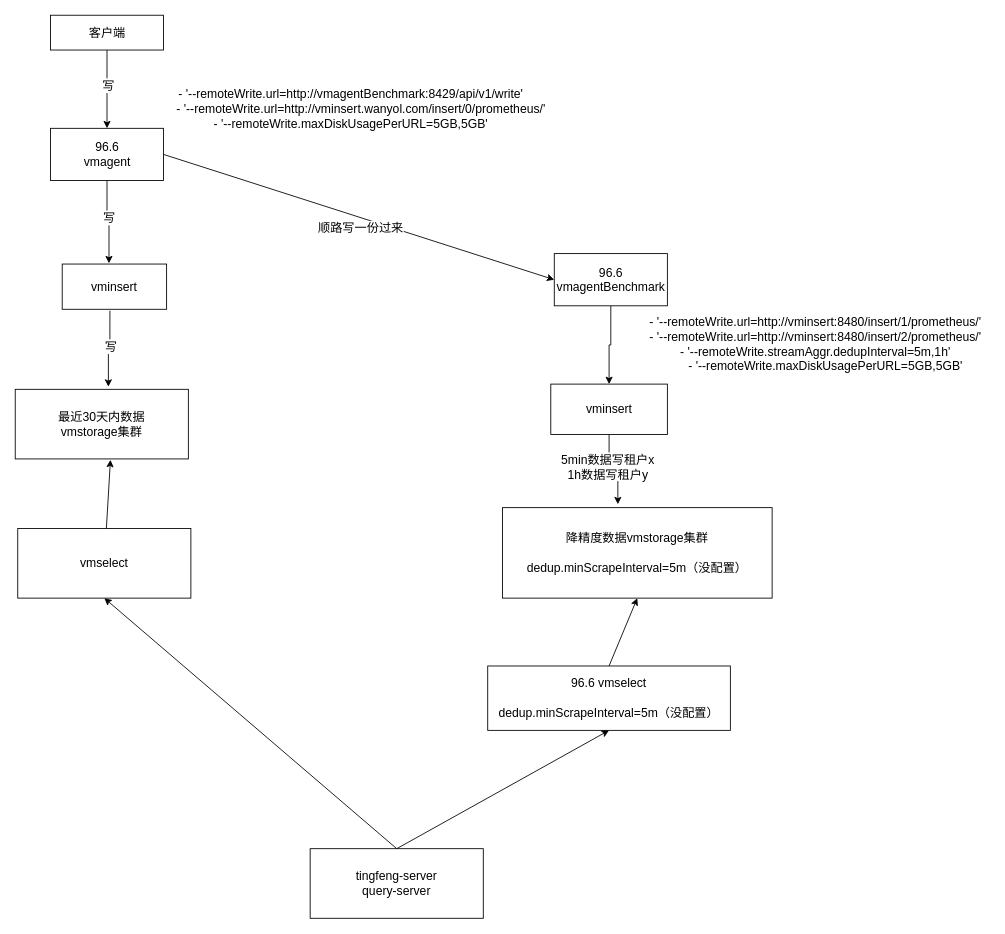
This is tsdb.drawio from jingb/pythonRepo, a draw.io file, before an edit. Source tidied: cells renumbered, new cells numbered last; positions are measured from the earlier drawing's top-left corner, leaving out a move shared by most shapes. Both pictures are drawn from the tidied source at 87%, with x=0, y=0 at pixel (15, 15).
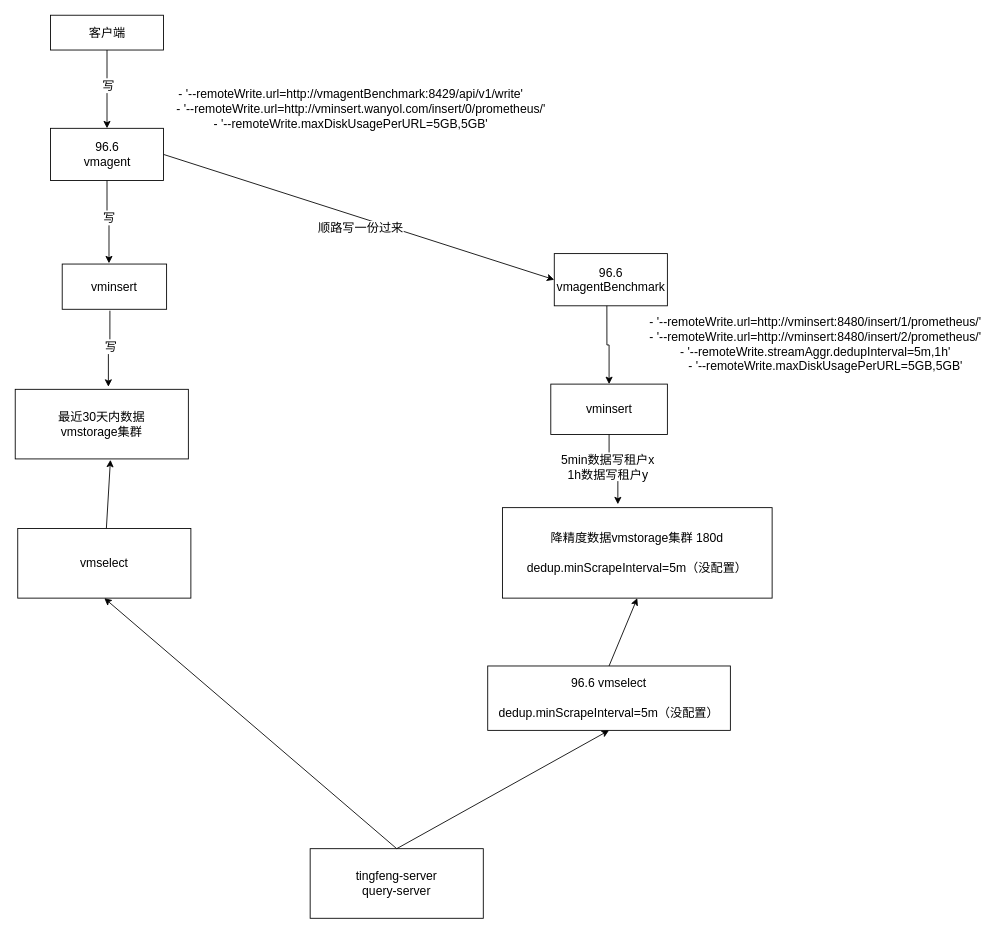
Above is the later version.

Unchanged cells that the change refers to:
```xml
<mxCell id="8" value="96.6&lt;br style=&quot;font-size: 14px;&quot;&gt;vmagentBenchmark" style="rounded=0;whiteSpace=wrap;html=1;fontSize=14;" parent="1" vertex="1">
  <mxGeometry x="619.6" y="274" width="130" height="60" as="geometry" />
</mxCell>
<mxCell id="10" value="vminsert" style="rounded=0;whiteSpace=wrap;html=1;fontSize=14;" parent="1" vertex="1">
  <mxGeometry x="615.6" y="424" width="134" height="58" as="geometry" />
</mxCell>
```

What changed in the source:
```diff
@@
-    <mxCell id="3" value="降精度数据vmstorage集群&lt;br style=&quot;font-size: 14px;&quot;&gt;&lt;br style=&quot;font-size: 14px;&quot;&gt;dedup.minScrapeInterval=5m（没配置）" style="rounded=0;whiteSpace=wrap;html=1;fontSize=14;" parent="1" vertex="1">
+    <mxCell id="3" value="降精度数据vmstorage集群 180d&lt;br style=&quot;font-size: 14px;&quot;&gt;&lt;br style=&quot;font-size: 14px;&quot;&gt;dedup.minScrapeInterval=5m（没配置）" style="rounded=0;whiteSpace=wrap;html=1;fontSize=14;" parent="1" vertex="1">
       <mxGeometry x="560" y="566" width="310" height="104" as="geometry" />
     </mxCell>
@@
-    <mxCell id="7" style="edgeStyle=orthogonalEdgeStyle;rounded=0;jettySize=auto;html=1;exitX=0.5;exitY=1;exitDx=0;exitDy=0;entryX=0.5;entryY=0;entryDx=0;entryDy=0;fontSize=14;" parent="1" edge="1" source="8" target="10">
+    <mxCell id="7" style="edgeStyle=orthogonalEdgeStyle;rounded=0;jettySize=auto;html=1;exitX=0.465;exitY=0.9;exitDx=0;exitDy=0;entryX=0.5;entryY=0;entryDx=0;entryDy=0;fontSize=14;exitPerimeter=0;" parent="1" edge="1" source="8" target="10">
       <mxGeometry relative="1" as="geometry" />
     </mxCell>
```
